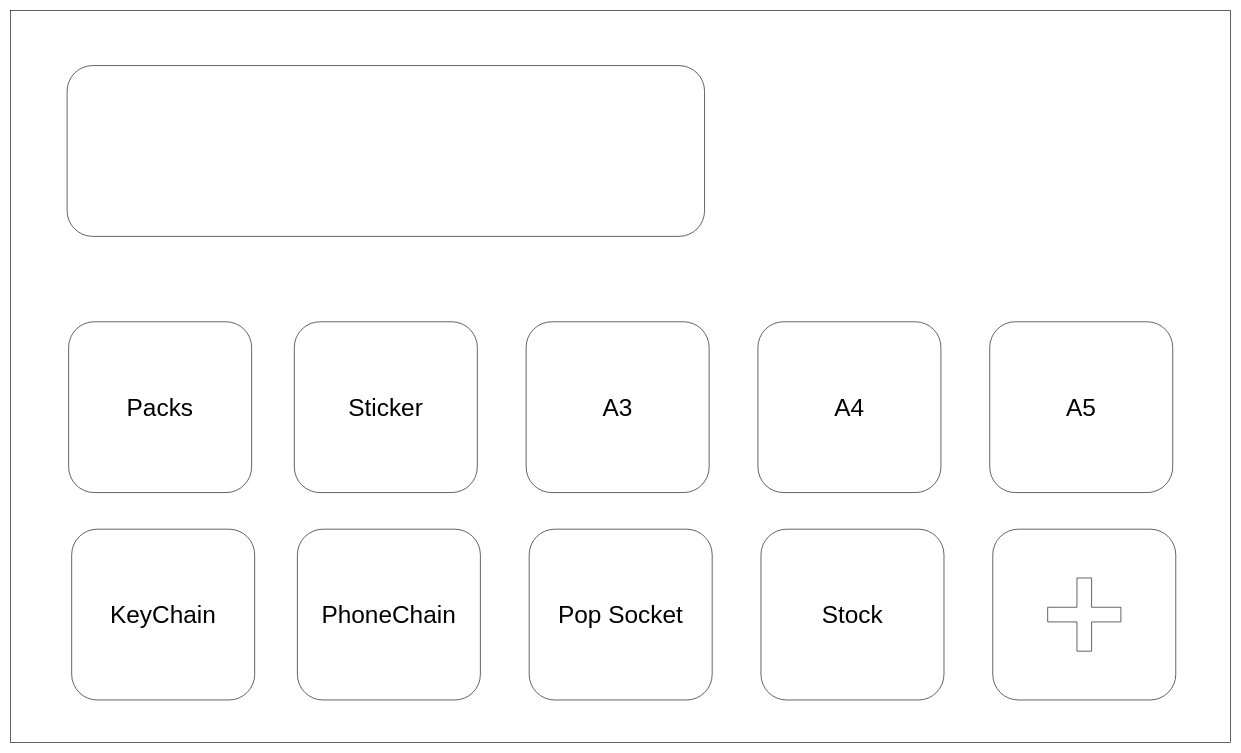
This is mockup.drawio from Fenomanu/MerchCount2, a draw.io file, before an edit. Source tidied: cells renumbered, new cells numbered last; positions are measured from the earlier drawing's top-left corner, leaving out a move shared by most shapes. Both pictures are drawn from the tidied source at 61%, with x=0, y=0 at pixel (10, 10).
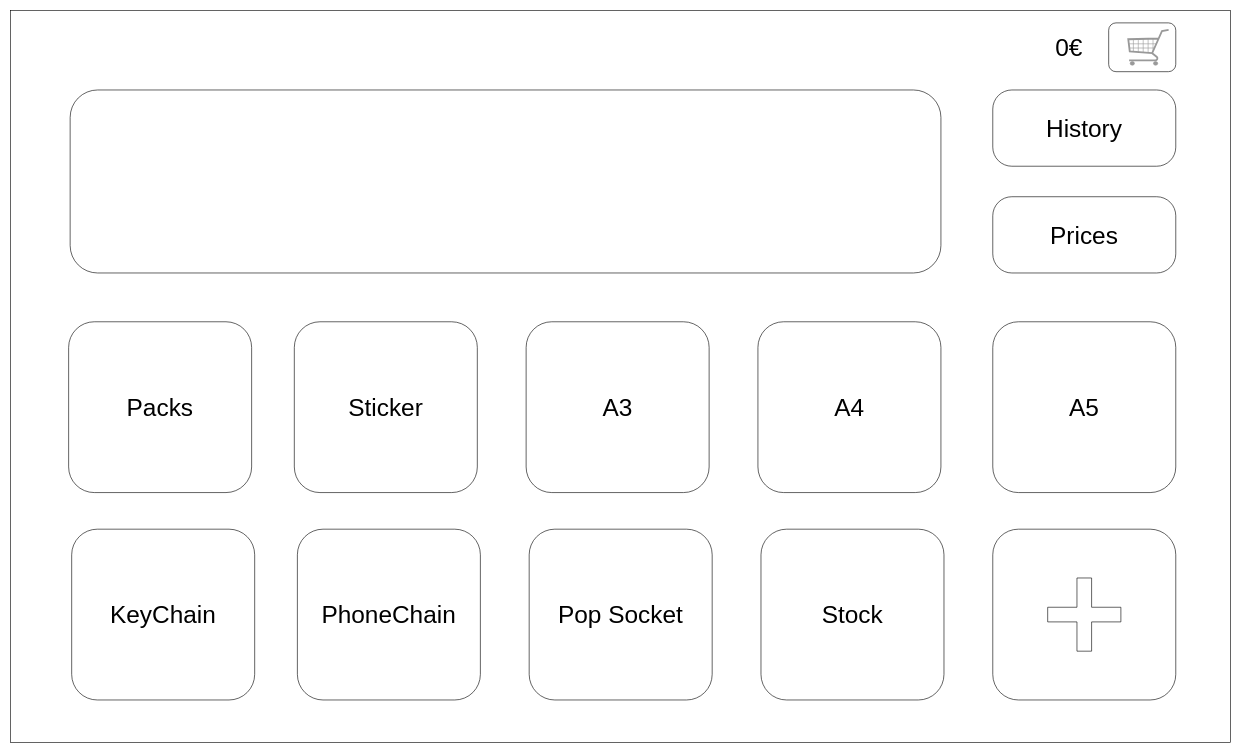
The same page after the edit.

The edit, as a diff of the source:
```diff
@@
 <mxGraphModel>
   <root>
     <mxCell id="0" />
     <mxCell id="1" parent="0" />
     <mxCell id="2" style="rounded=0;whiteSpace=wrap;html=1;" parent="1" vertex="1">
       <mxGeometry width="2000" height="1200" as="geometry" />
     </mxCell>
     <mxCell id="3" style="rounded=1;whiteSpace=wrap;html=1;" parent="1" vertex="1">
-      <mxGeometry x="92.5" y="90" width="1045" height="280" as="geometry" />
+      <mxGeometry x="97.5" y="130" width="1427.5" height="300" as="geometry" />
     </mxCell>
     <mxCell id="4" value="&lt;font style=&quot;font-size: 40px;&quot;&gt;A3&lt;/font&gt;" style="rounded=1;whiteSpace=wrap;html=1;" parent="1" vertex="1">
       <mxGeometry x="845" y="510" width="300" height="280" as="geometry" />
     </mxCell>
     <mxCell id="5" value="&lt;font style=&quot;font-size: 40px;&quot;&gt;A4&lt;/font&gt;" style="rounded=1;whiteSpace=wrap;html=1;" parent="1" vertex="1">
       <mxGeometry x="1225" y="510" width="300" height="280" as="geometry" />
     </mxCell>
     <mxCell id="6" value="&lt;font style=&quot;font-size: 40px;&quot;&gt;A5&lt;/font&gt;" style="rounded=1;whiteSpace=wrap;html=1;" parent="1" vertex="1">
-      <mxGeometry x="1605" y="510" width="300" height="280" as="geometry" />
+      <mxGeometry x="1610" y="510" width="300" height="280" as="geometry" />
     </mxCell>
     <mxCell id="7" value="&lt;font style=&quot;font-size: 40px;&quot;&gt;Sticker&lt;/font&gt;" style="rounded=1;whiteSpace=wrap;html=1;" parent="1" vertex="1">
       <mxGeometry x="465" y="510" width="300" height="280" as="geometry" />
     </mxCell>
     <mxCell id="8" value="&lt;font style=&quot;font-size: 40px;&quot;&gt;KeyChain&lt;/font&gt;" style="rounded=1;whiteSpace=wrap;html=1;" parent="1" vertex="1">
       <mxGeometry x="100" y="850" width="300" height="280" as="geometry" />
     </mxCell>
     <mxCell id="9" value="&lt;font style=&quot;font-size: 40px;&quot;&gt;PhoneChain&lt;/font&gt;" style="rounded=1;whiteSpace=wrap;html=1;" parent="1" vertex="1">
       <mxGeometry x="470" y="850" width="300" height="280" as="geometry" />
     </mxCell>
     <mxCell id="10" value="&lt;font style=&quot;font-size: 40px;&quot;&gt;Pop Socket&lt;/font&gt;" style="rounded=1;whiteSpace=wrap;html=1;" parent="1" vertex="1">
       <mxGeometry x="850" y="850" width="300" height="280" as="geometry" />
     </mxCell>
     <mxCell id="11" value="&lt;font style=&quot;font-size: 40px;&quot;&gt;Stock&lt;/font&gt;" style="rounded=1;whiteSpace=wrap;html=1;" parent="1" vertex="1">
       <mxGeometry x="1230" y="850" width="300" height="280" as="geometry" />
     </mxCell>
     <mxCell id="12" style="rounded=1;whiteSpace=wrap;html=1;" parent="1" vertex="1">
       <mxGeometry x="1610" y="850" width="300" height="280" as="geometry" />
     </mxCell>
     <mxCell id="13" value="&lt;font style=&quot;font-size: 40px;&quot;&gt;Packs&lt;/font&gt;" style="rounded=1;whiteSpace=wrap;html=1;" parent="1" vertex="1">
       <mxGeometry x="95" y="510" width="300" height="280" as="geometry" />
     </mxCell>
     <mxCell id="14" style="shape=cross;whiteSpace=wrap;html=1;" parent="1" vertex="1">
       <mxGeometry x="1700" y="930" width="120" height="120" as="geometry" />
     </mxCell>
+    <mxCell id="15" value="&lt;font style=&quot;font-size: 40px;&quot;&gt;History&lt;/font&gt;" style="rounded=1;whiteSpace=wrap;html=1;arcSize=25;" parent="1" vertex="1">
+      <mxGeometry x="1610" y="130" width="300" height="125" as="geometry" />
+    </mxCell>
+    <mxCell id="16" value="&lt;font style=&quot;font-size: 40px;&quot;&gt;Prices&lt;/font&gt;" style="rounded=1;whiteSpace=wrap;html=1;arcSize=25;" parent="1" vertex="1">
+      <mxGeometry x="1610" y="305" width="300" height="125" as="geometry" />
+    </mxCell>
+    <mxCell id="17" style="rounded=1;whiteSpace=wrap;html=1;" parent="1" vertex="1">
+      <mxGeometry x="1800" y="20" width="110" height="80" as="geometry" />
+    </mxCell>
+    <mxCell id="18" value="0€" style="text;html=1;strokeColor=none;fillColor=none;align=center;verticalAlign=middle;whiteSpace=wrap;rounded=0;fontSize=40;" parent="1" vertex="1">
+      <mxGeometry x="1670" y="15" width="130" height="90" as="geometry" />
+    </mxCell>
+    <mxCell id="19" style="verticalLabelPosition=bottom;shadow=0;dashed=0;align=center;html=1;verticalAlign=top;strokeWidth=1;shape=mxgraph.mockup.misc.shoppingCart;strokeColor=#999999;" parent="1" vertex="1">
+      <mxGeometry x="1830" y="30" width="70" height="60" as="geometry" />
+    </mxCell>
   </root>
 </mxGraphModel>
```
